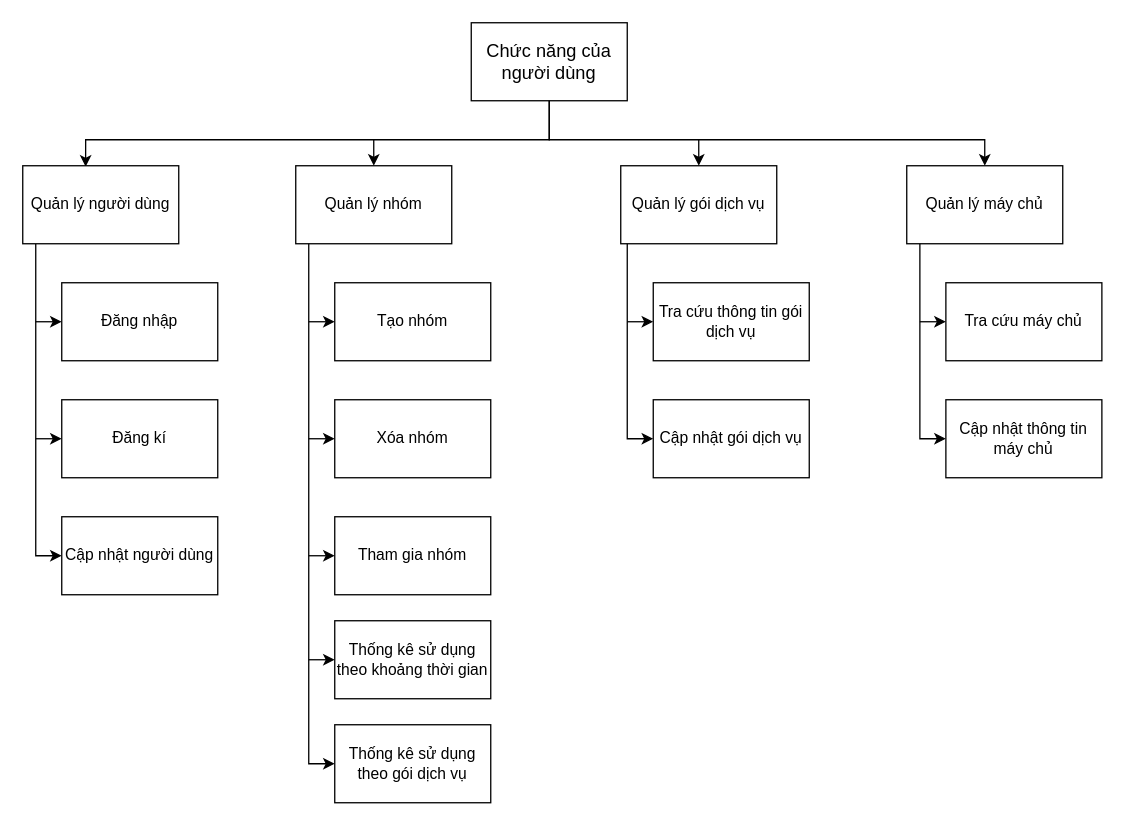
The draw.io diagram phac thao do an cuoi cung/so do phan ra chuc nang.drawio in frozenproof/dactaphanmem, before the edit. Source tidied: cells renumbered, new cells numbered last; positions are measured from the earlier drawing's top-left corner, leaving out a move shared by most shapes. Both pictures are drawn from the tidied source at 130%, with x=0, y=0 at pixel (22, 22).
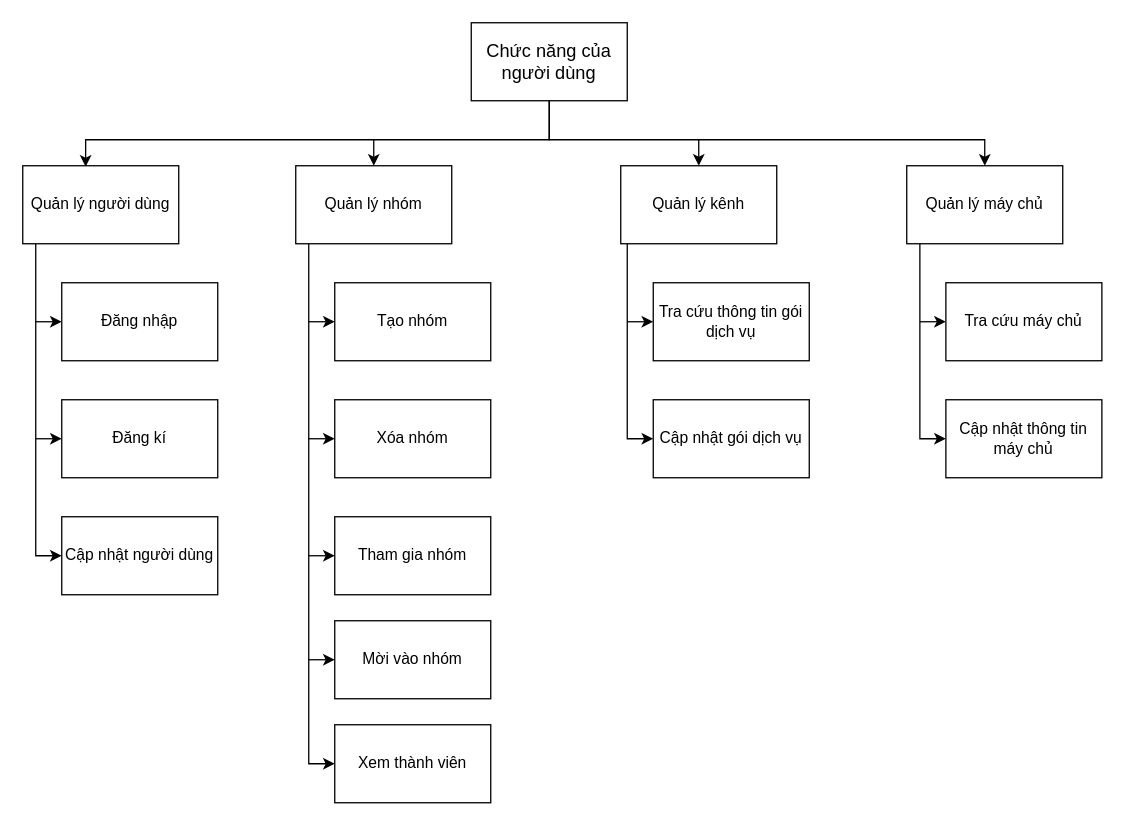
The same diagram, later.

Diff of the diagram source:
```diff
@@
-    <mxCell id="15" value="Quản lý gói dịch vụ" style="rounded=0;whiteSpace=wrap;html=1;" parent="1" vertex="1">
+    <mxCell id="15" value="Quản lý kênh" style="rounded=0;whiteSpace=wrap;html=1;" parent="1" vertex="1">
       <mxGeometry x="460" y="110" width="120" height="60" as="geometry" />
     </mxCell>
@@
-    <mxCell id="18" value="Thống kê sử dụng theo gói dịch vụ" style="rounded=0;whiteSpace=wrap;html=1;" parent="1" vertex="1">
+    <mxCell id="18" value="Xem thành viên" style="rounded=0;whiteSpace=wrap;html=1;" parent="1" vertex="1">
       <mxGeometry x="240" y="540" width="120" height="60" as="geometry" />
     </mxCell>
@@
-    <mxCell id="25" value="Thống kê sử dụng theo khoảng thời gian" style="rounded=0;whiteSpace=wrap;html=1;" parent="1" vertex="1">
+    <mxCell id="25" value="Mời vào nhóm" style="rounded=0;whiteSpace=wrap;html=1;" parent="1" vertex="1">
       <mxGeometry x="240" y="460" width="120" height="60" as="geometry" />
     </mxCell>
```
